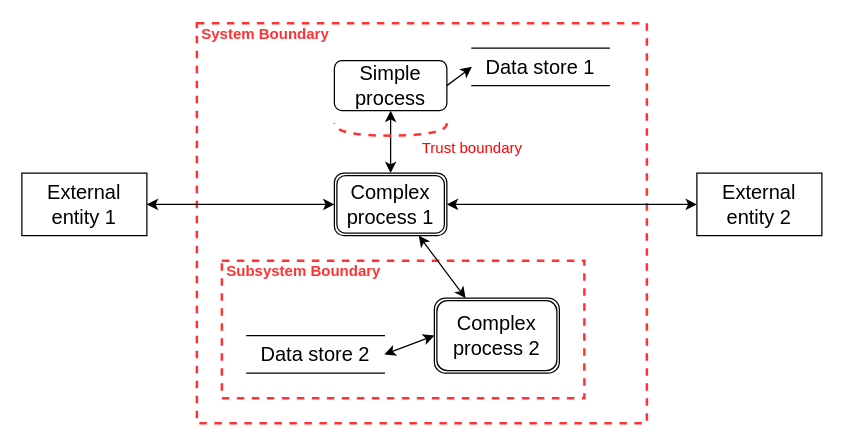
kkredit/confronting-wicked-crypto keeps this draw.io diagram as dfds/DFD-demo.drawio. Above is the earlier version. Source tidied: cells renumbered, new cells numbered last; positions are measured from the earlier drawing's top-left corner, leaving out a move shared by most shapes. Both pictures are drawn from the tidied source at 125%, with x=0, y=0 at pixel (21, 22).
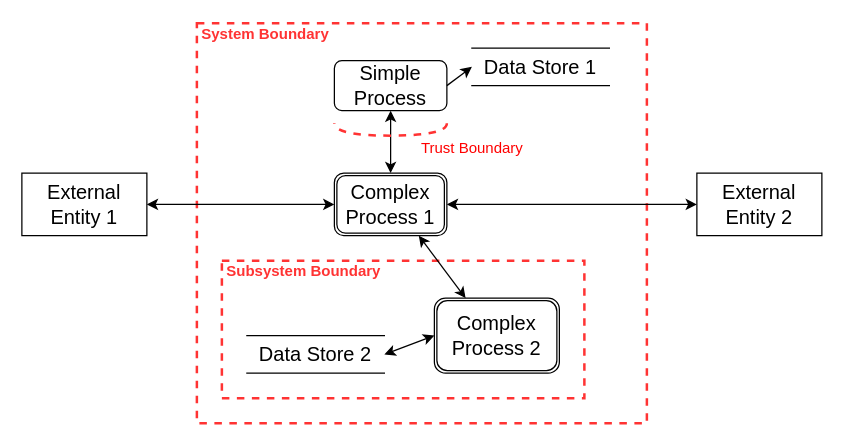
The same page after the edit.

What changed in the source:
```diff
@@
 <mxGraphModel>
   <root>
     <mxCell id="0" />
     <mxCell id="1" parent="0" />
     <mxCell id="2" value="System Boundary" style="html=1;fontColor=#FF3333;fontStyle=1;align=left;verticalAlign=top;spacing=0;labelBorderColor=none;fillColor=none;dashed=1;strokeWidth=2;strokeColor=#FF3333;spacingLeft=4;spacingTop=-3;" parent="1" vertex="1">
       <mxGeometry x="140" width="360" height="320" as="geometry" />
     </mxCell>
     <mxCell id="3" value="Subsystem Boundary" style="html=1;fontColor=#FF3333;fontStyle=1;align=left;verticalAlign=top;spacing=0;labelBorderColor=none;fillColor=none;dashed=1;strokeWidth=2;strokeColor=#FF3333;spacingLeft=4;spacingTop=-3;" parent="1" vertex="1">
       <mxGeometry x="160" y="190" width="290" height="110" as="geometry" />
     </mxCell>
-    <mxCell id="4" value="&lt;span style=&quot;font-size: 16px&quot;&gt;External entity 2&lt;/span&gt;" style="rounded=0;whiteSpace=wrap;html=1;" parent="1" vertex="1">
+    <mxCell id="4" value="&lt;span style=&quot;font-size: 16px&quot;&gt;External Entity 2&lt;/span&gt;" style="rounded=0;whiteSpace=wrap;html=1;" parent="1" vertex="1">
       <mxGeometry x="540" y="120" width="100" height="50" as="geometry" />
     </mxCell>
-    <mxCell id="5" value="&lt;font style=&quot;font-size: 16px&quot;&gt;Complex process 2&lt;/font&gt;" style="shape=ext;double=1;rounded=1;whiteSpace=wrap;html=1;" parent="1" vertex="1">
+    <mxCell id="5" value="&lt;font style=&quot;font-size: 16px&quot;&gt;Complex Process 2&lt;/font&gt;" style="shape=ext;double=1;rounded=1;whiteSpace=wrap;html=1;" parent="1" vertex="1">
       <mxGeometry x="330" y="220" width="100" height="60" as="geometry" />
     </mxCell>
-    <mxCell id="6" value="&lt;font style=&quot;font-size: 16px&quot;&gt;Simple process&lt;/font&gt;" style="rounded=1;whiteSpace=wrap;html=1;" parent="1" vertex="1">
+    <mxCell id="6" value="&lt;font style=&quot;font-size: 16px&quot;&gt;Simple Process&lt;/font&gt;" style="rounded=1;whiteSpace=wrap;html=1;" parent="1" vertex="1">
       <mxGeometry x="250" y="30" width="90" height="40" as="geometry" />
     </mxCell>
-    <mxCell id="7" value="&lt;font style=&quot;font-size: 16px&quot;&gt;Complex process 1&lt;/font&gt;" style="shape=ext;double=1;rounded=1;whiteSpace=wrap;html=1;" parent="1" vertex="1">
+    <mxCell id="7" value="&lt;font style=&quot;font-size: 16px&quot;&gt;Complex Process 1&lt;/font&gt;" style="shape=ext;double=1;rounded=1;whiteSpace=wrap;html=1;" parent="1" vertex="1">
       <mxGeometry x="250" y="120" width="90" height="50" as="geometry" />
     </mxCell>
-    <mxCell id="8" value="&lt;span style=&quot;font-size: 16px&quot;&gt;External entity 1&lt;/span&gt;" style="rounded=0;whiteSpace=wrap;html=1;" parent="1" vertex="1">
+    <mxCell id="8" value="&lt;span style=&quot;font-size: 16px&quot;&gt;External Entity 1&lt;/span&gt;" style="rounded=0;whiteSpace=wrap;html=1;" parent="1" vertex="1">
       <mxGeometry y="120" width="100" height="50" as="geometry" />
     </mxCell>
     <mxCell id="9" style="endArrow=classic;startArrow=classic;html=1;fontColor=#FF3333;entryX=0.25;entryY=0;entryDx=0;entryDy=0;exitX=0.75;exitY=1;exitDx=0;exitDy=0;" parent="1" edge="1" source="7" target="5">
       <mxGeometry relative="1" as="geometry" />
     </mxCell>
     <mxCell id="10" style="endArrow=classic;startArrow=classic;html=1;fontColor=#FF3333;entryX=0.5;entryY=0;entryDx=0;entryDy=0;exitX=0.5;exitY=1;exitDx=0;exitDy=0;" parent="1" edge="1" source="6" target="7">
       <mxGeometry relative="1" as="geometry" />
     </mxCell>
     <mxCell id="11" style="endArrow=classic;startArrow=classic;html=1;fontColor=#FF3333;entryX=1;entryY=0.5;entryDx=0;entryDy=0;exitX=0;exitY=0.5;exitDx=0;exitDy=0;" parent="1" edge="1" source="7" target="8">
       <mxGeometry relative="1" as="geometry" />
     </mxCell>
     <mxCell id="12" style="endArrow=classic;startArrow=classic;html=1;fontColor=#FF3333;entryX=0;entryY=0.5;entryDx=0;entryDy=0;exitX=1;exitY=0.5;exitDx=0;exitDy=0;" parent="1" edge="1" source="7" target="4">
       <mxGeometry relative="1" as="geometry" />
     </mxCell>
-    <mxCell id="13" value="&lt;font style=&quot;font-size: 16px&quot;&gt;Data store 1&lt;/font&gt;" style="shape=partialRectangle;whiteSpace=wrap;html=1;left=0;right=0;fillColor=none;" parent="1" vertex="1">
+    <mxCell id="13" value="&lt;font style=&quot;font-size: 16px&quot;&gt;Data Store 1&lt;/font&gt;" style="shape=partialRectangle;whiteSpace=wrap;html=1;left=0;right=0;fillColor=none;" parent="1" vertex="1">
       <mxGeometry x="360" y="20" width="110" height="30" as="geometry" />
     </mxCell>
     <mxCell id="14" style="endArrow=classic;html=1;fontColor=#FF3333;entryX=0;entryY=0.5;entryDx=0;entryDy=0;exitX=1;exitY=0.5;exitDx=0;exitDy=0;" parent="1" edge="1" source="6" target="13">
       <mxGeometry relative="1" as="geometry" />
     </mxCell>
     <mxCell id="15" style="endArrow=classic;startArrow=classic;html=1;fontColor=#FF3333;entryX=0;entryY=0.5;entryDx=0;entryDy=0;exitX=1;exitY=0.5;exitDx=0;exitDy=0;" parent="1" edge="1" source="16" target="5">
       <mxGeometry relative="1" as="geometry" />
     </mxCell>
-    <mxCell id="16" value="&lt;font style=&quot;font-size: 16px&quot;&gt;Data store 2&lt;/font&gt;" style="shape=partialRectangle;whiteSpace=wrap;html=1;left=0;right=0;fillColor=none;" parent="1" vertex="1">
+    <mxCell id="16" value="&lt;font style=&quot;font-size: 16px&quot;&gt;Data Store 2&lt;/font&gt;" style="shape=partialRectangle;whiteSpace=wrap;html=1;left=0;right=0;fillColor=none;" parent="1" vertex="1">
       <mxGeometry x="180" y="250" width="110" height="30" as="geometry" />
     </mxCell>
     <mxCell id="17" style="shape=requiredInterface;html=1;verticalLabelPosition=bottom;dashed=1;strokeColor=#FF3333;strokeWidth=2;fillColor=none;fontColor=#FF3333;align=left;rotation=90;" parent="1" vertex="1">
       <mxGeometry x="290" y="40" width="10" height="90" as="geometry" />
     </mxCell>
-    <mxCell id="18" value="Trust boundary" style="text;html=1;align=center;verticalAlign=middle;fontColor=#FF0000;" parent="1" vertex="1">
+    <mxCell id="18" value="Trust Boundary" style="text;html=1;align=center;verticalAlign=middle;fontColor=#FF0000;" parent="1" vertex="1">
       <mxGeometry x="310" y="90" width="100" height="20" as="geometry" />
     </mxCell>
   </root>
 </mxGraphModel>
```
